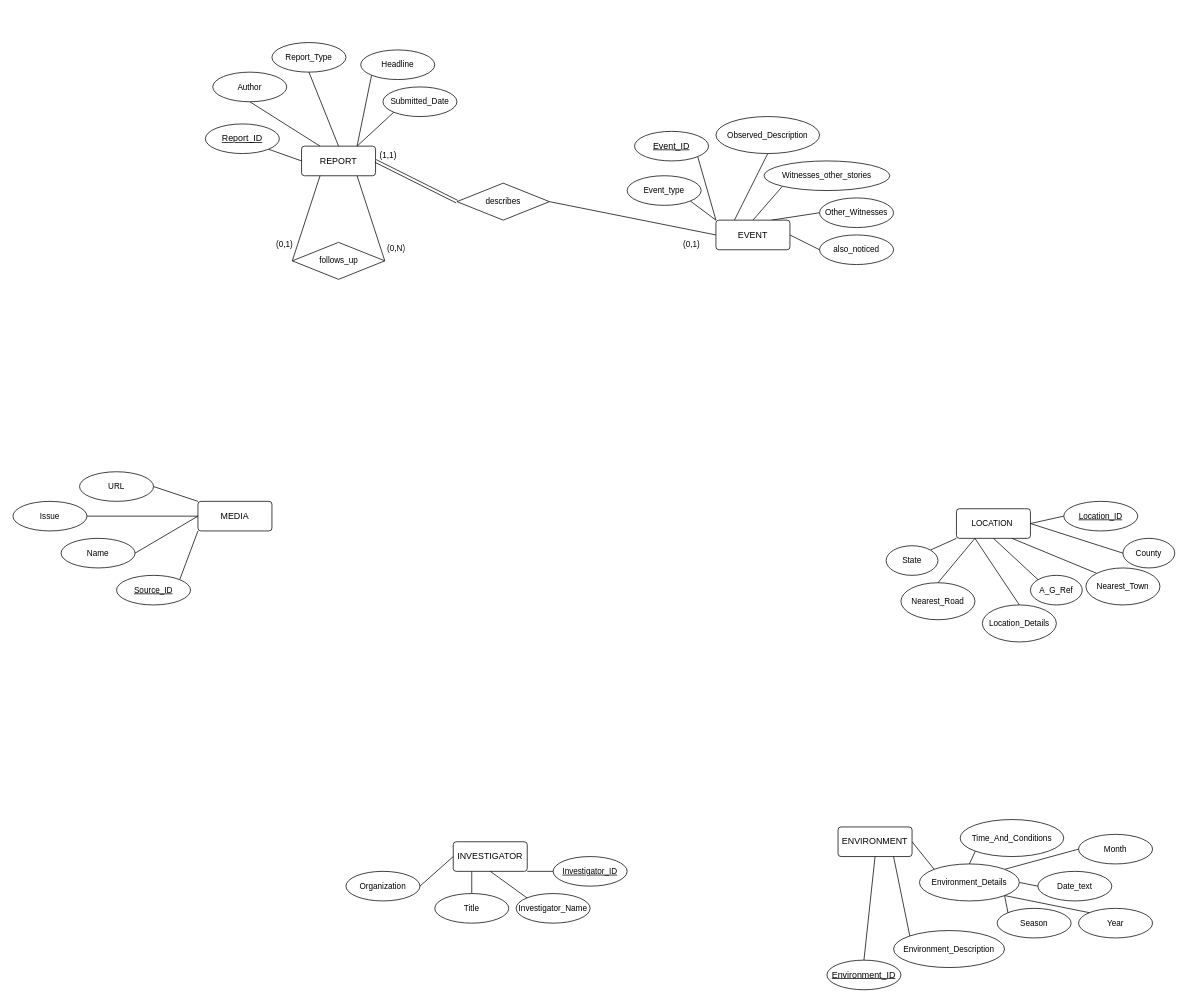
This is bigfoot-diagrams.drawio from Bigfoot-In-Ass/bigfoot-sighting-db, a draw.io file, before an edit. Source tidied: cells renumbered, new cells numbered last; positions are measured from the earlier drawing's top-left corner, leaving out a move shared by most shapes. Both pictures are drawn from the tidied source at 74%, with x=0, y=0 at pixel (13, 13).
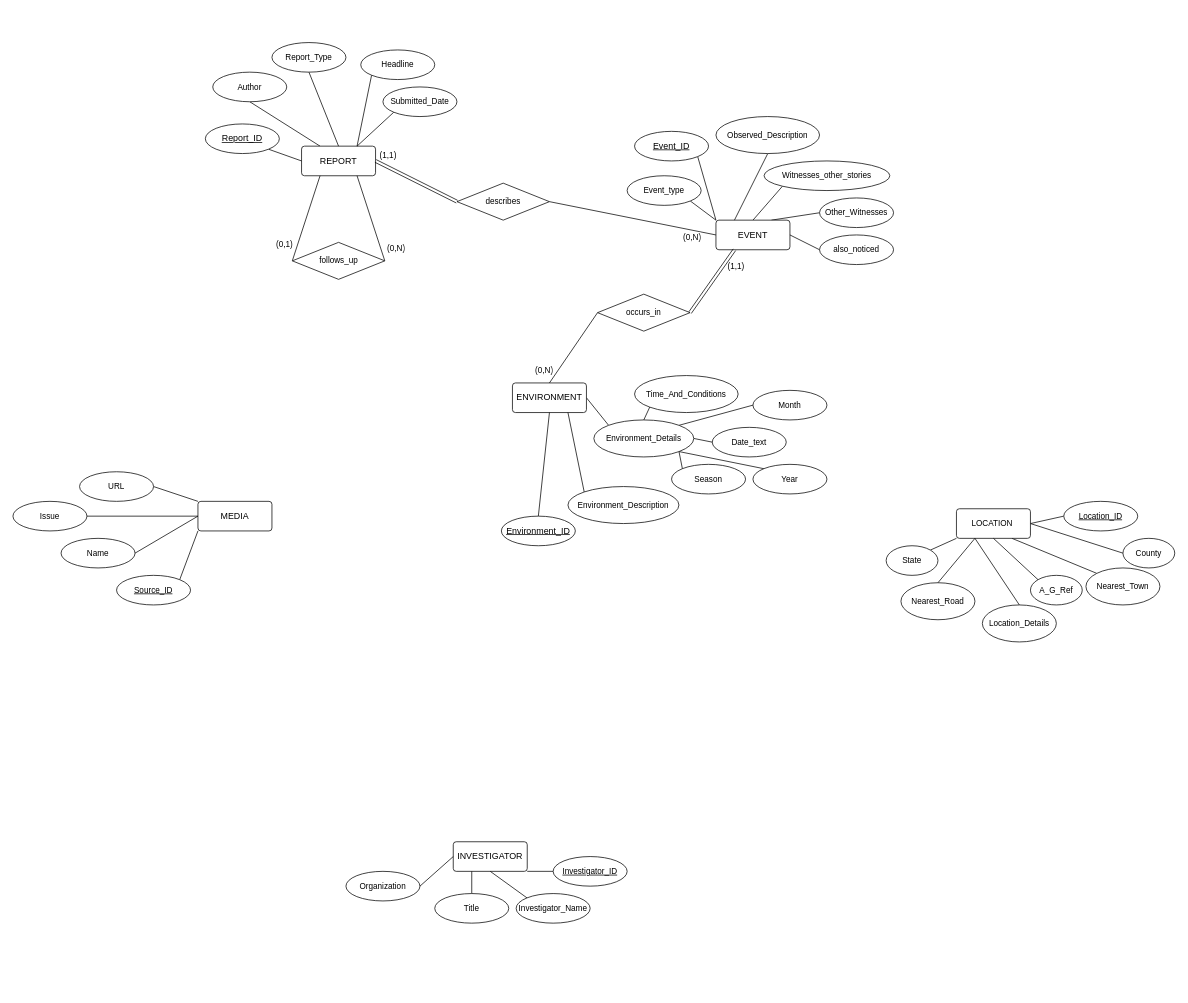
The same diagram, later.

Commit message:
resource.erd: added occurs_in relationship

The change refers to these unchanged cells:
```xml
<mxCell id="59" value="ENVIRONMENT" style="rounded=1;arcSize=10;whiteSpace=wrap;html=1;align=center;" parent="52" vertex="1">
  <mxGeometry x="15" y="10" width="100" height="40" as="geometry" />
</mxCell>
<mxCell id="76" value="EVENT" style="rounded=1;arcSize=10;whiteSpace=wrap;html=1;align=center;" parent="73" vertex="1">
  <mxGeometry x="120" y="140" width="100" height="40" as="geometry" />
</mxCell>
```

The edit, as a diff of the source:
```diff
@@
     <mxCell id="52" style="group;" parent="1" vertex="1">
-      <mxGeometry x="1100" y="1090" width="440" height="230" as="geometry" />
+      <mxGeometry x="660" y="490" width="440" height="230" as="geometry" />
     </mxCell>
@@
     <mxCell id="73" style="group;" parent="1" vertex="1">
-      <mxGeometry x="830" y="140" width="360" height="200" as="geometry" />
+      <mxGeometry x="830" y="140" width="360" height="220" as="geometry" />
     </mxCell>
@@
-    <mxCell id="87" value="(0,1)" style="text;strokeColor=none;fillColor=none;spacingLeft=4;spacingRight=4;overflow=hidden;fontSize=11;whiteSpace=wrap;html=1;fontFamily=Helvetica;fontColor=default;labelBackgroundColor=default;" parent="73" vertex="1">
-      <mxGeometry x="70" y="160" width="40" height="30" as="geometry" />
+    <mxCell id="87" value="(0,N)" style="text;strokeColor=none;fillColor=none;spacingLeft=4;spacingRight=4;overflow=hidden;fontSize=11;whiteSpace=wrap;html=1;fontFamily=Helvetica;fontColor=default;labelBackgroundColor=default;" parent="73" vertex="1">
+      <mxGeometry x="70" y="150" width="40" height="30" as="geometry" />
     </mxCell>
+    <mxCell id="93" value="(1,1)" style="text;strokeColor=none;fillColor=none;spacingLeft=4;spacingRight=4;overflow=hidden;fontSize=11;whiteSpace=wrap;html=1;fontFamily=Helvetica;fontColor=default;labelBackgroundColor=default;" parent="73" vertex="1">
+      <mxGeometry x="130" y="190" width="40" height="30" as="geometry" />
+    </mxCell>
@@
+    <mxCell id="94" style="edgeStyle=none;html=1;exitX=1;exitY=0.5;exitDx=0;exitDy=0;entryX=0.25;entryY=1;entryDx=0;entryDy=0;endArrow=none;endFill=0;shape=link;" parent="1" edge="1" source="95" target="76">
+      <mxGeometry relative="1" as="geometry" />
+    </mxCell>
+    <mxCell id="95" value="occurs_in" style="shape=rhombus;html=1;dashed=0;whiteSpace=wrap;perimeter=rhombusPerimeter;fontFamily=Helvetica;fontSize=11;fontColor=default;labelBackgroundColor=default;" parent="1" vertex="1">
+      <mxGeometry x="790" y="380" width="125" height="50" as="geometry" />
+    </mxCell>
+    <mxCell id="96" style="edgeStyle=none;shape=connector;rounded=1;html=1;exitX=0.5;exitY=0;exitDx=0;exitDy=0;entryX=0;entryY=0.5;entryDx=0;entryDy=0;strokeColor=default;align=center;verticalAlign=middle;fontFamily=Helvetica;fontSize=11;fontColor=default;labelBackgroundColor=default;endArrow=none;endFill=0;" parent="1" edge="1" source="59" target="95">
+      <mxGeometry relative="1" as="geometry" />
+    </mxCell>
+    <mxCell id="97" value="(0,N)" style="text;strokeColor=none;fillColor=none;spacingLeft=4;spacingRight=4;overflow=hidden;fontSize=11;whiteSpace=wrap;html=1;fontFamily=Helvetica;fontColor=default;labelBackgroundColor=default;" parent="1" vertex="1">
+      <mxGeometry x="700" y="470" width="40" height="30" as="geometry" />
+    </mxCell>
```
